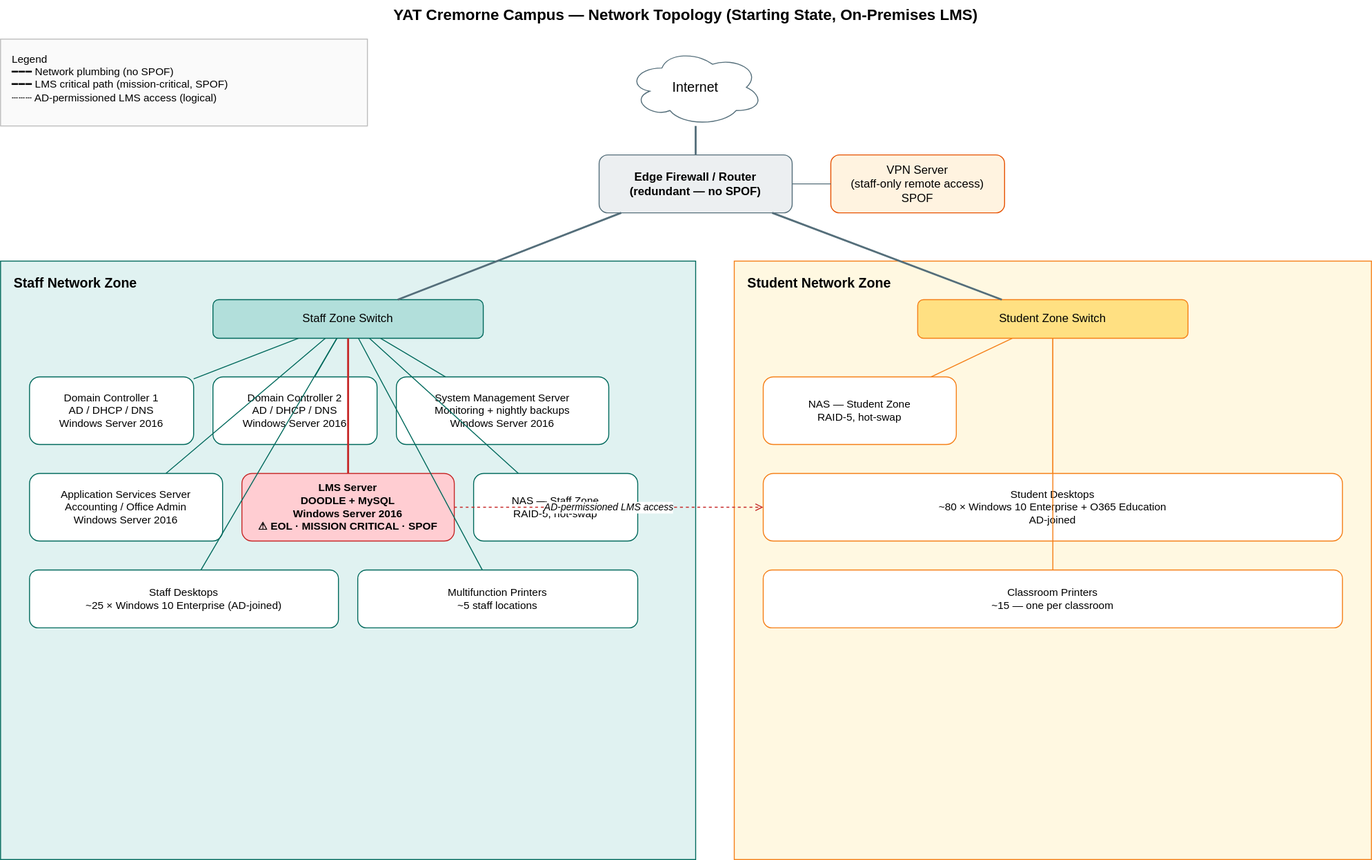
The draw.io diagram public/diagrams/network-starting-on-prem.drawio.svg in Digital-Initiatives-Kangan-Institute/diploma-cloud-cyber-website, before a commit. Source tidied: cells renumbered, new cells last; positions are measured from the earlier drawing's top-left corner, leaving out a move shared by most shapes.
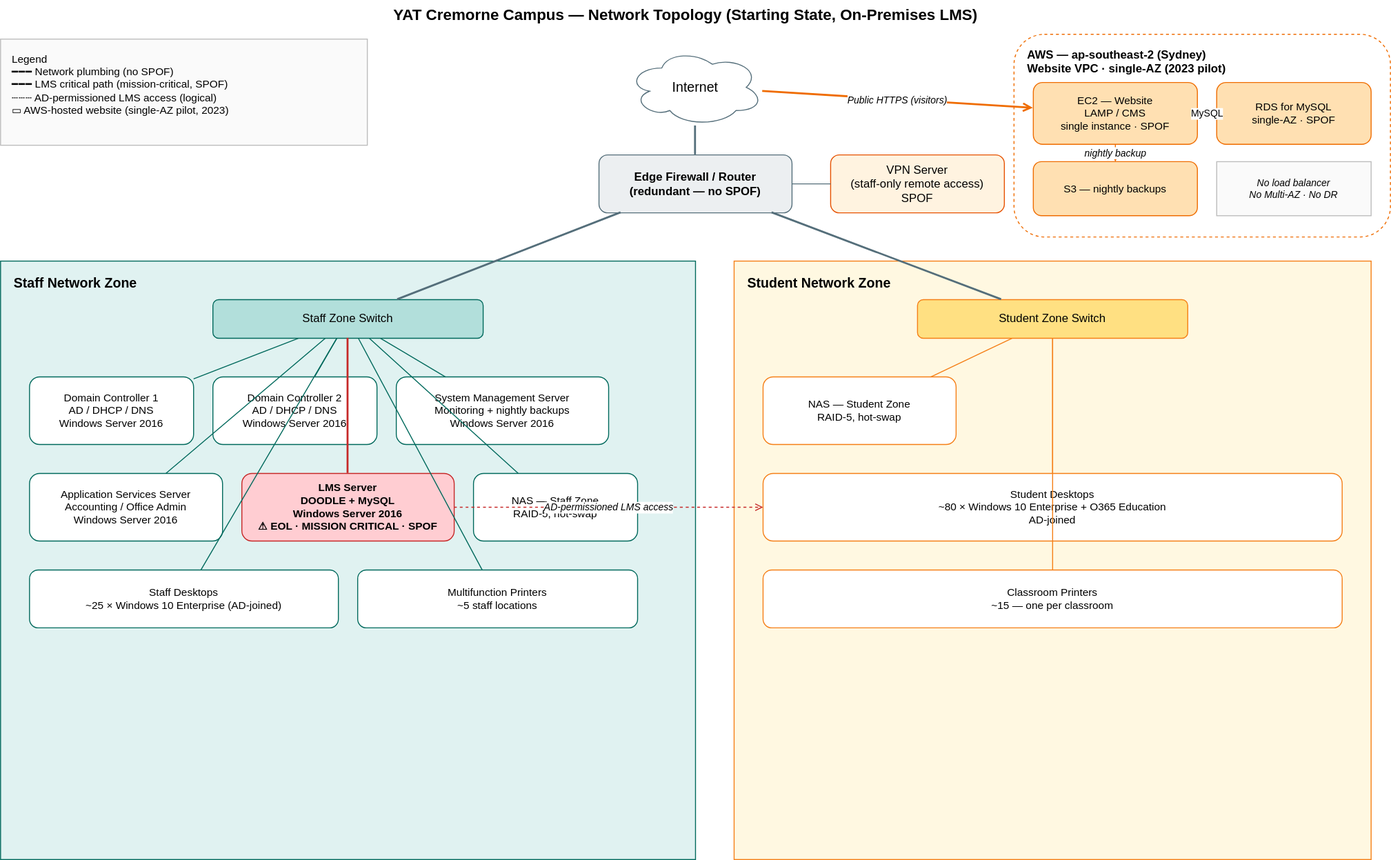
The same diagram one commit later.

Diff of the diagram source:
```diff
@@ -107,8 +107,32 @@
     <mxCell id="36" value="AD-permissioned LMS access" style="endArrow=open;html=1;rounded=0;dashed=1;strokeColor=#C62828;fontSize=10;fontStyle=2;curved=1;" parent="1" edge="1" source="15" target="31">
       <mxGeometry relative="1" as="geometry" />
     </mxCell>
-    <mxCell id="37" value="Legend&#10;━━━ Network plumbing (no SPOF)&#10;━━━ LMS critical path (mission-critical, SPOF)&#10;┄┄┄ AD-permissioned LMS access (logical)" style="rounded=0;whiteSpace=wrap;html=1;fillColor=#FAFAFA;strokeColor=#BDBDBD;fontSize=11;align=left;verticalAlign=top;spacingLeft=10;spacingTop=8;" parent="1" vertex="1">
-      <mxGeometry y="40" width="380" height="90" as="geometry" />
-    </mxCell>
+    <mxCell id="38" value="Legend&#10;━━━ Network plumbing (no SPOF)&#10;━━━ LMS critical path (mission-critical, SPOF)&#10;┄┄┄ AD-permissioned LMS access (logical)&#10;▭ AWS-hosted website (single-AZ pilot, 2023)" style="rounded=0;whiteSpace=wrap;html=1;fillColor=#FAFAFA;strokeColor=#BDBDBD;fontSize=11;align=left;verticalAlign=top;spacingLeft=10;spacingTop=8;" parent="1" vertex="1">
+      <mxGeometry y="40" width="380" height="110" as="geometry" />
+    </mxCell>
+    <mxCell id="39" value="AWS — ap-southeast-2 (Sydney)&#10;Website VPC · single-AZ (2023 pilot)" style="rounded=1;whiteSpace=wrap;html=1;fillColor=#FFFFFF;strokeColor=#EF6C00;dashed=1;fontSize=12;fontStyle=1;verticalAlign=top;align=left;spacingLeft=12;spacingTop=8;" parent="1" vertex="1">
+      <mxGeometry x="1050" y="35" width="390" height="210" as="geometry" />
+    </mxCell>
+    <mxCell id="40" value="EC2 — Website&#10;LAMP / CMS&#10;single instance · SPOF" style="rounded=1;whiteSpace=wrap;html=1;fillColor=#FFE0B2;strokeColor=#EF6C00;fontSize=11;" parent="1" vertex="1">
+      <mxGeometry x="1070" y="85" width="170" height="64" as="geometry" />
+    </mxCell>
+    <mxCell id="41" value="RDS for MySQL&#10;single-AZ · SPOF" style="rounded=1;whiteSpace=wrap;html=1;fillColor=#FFE0B2;strokeColor=#EF6C00;fontSize=11;" parent="1" vertex="1">
+      <mxGeometry x="1260" y="85" width="160" height="64" as="geometry" />
+    </mxCell>
+    <mxCell id="42" value="S3 — nightly backups" style="rounded=1;whiteSpace=wrap;html=1;fillColor=#FFE0B2;strokeColor=#EF6C00;fontSize=11;" parent="1" vertex="1">
+      <mxGeometry x="1070" y="167" width="170" height="56" as="geometry" />
+    </mxCell>
+    <mxCell id="43" value="No load balancer&#10;No Multi-AZ · No DR" style="rounded=0;whiteSpace=wrap;html=1;fillColor=#FAFAFA;strokeColor=#BDBDBD;fontSize=10;fontStyle=2;" parent="1" vertex="1">
+      <mxGeometry x="1260" y="167" width="160" height="56" as="geometry" />
+    </mxCell>
+    <mxCell id="44" value="Public HTTPS (visitors)" style="endArrow=open;html=1;rounded=0;strokeColor=#EF6C00;strokeWidth=2;fontSize=10;fontStyle=2;" parent="1" edge="1" source="3" target="40">
+      <mxGeometry relative="1" as="geometry" />
+    </mxCell>
+    <mxCell id="45" value="MySQL" style="endArrow=none;html=1;rounded=0;strokeColor=#EF6C00;fontSize=10;" parent="1" edge="1" source="40" target="41">
+      <mxGeometry relative="1" as="geometry" />
+    </mxCell>
+    <mxCell id="46" value="nightly backup" style="endArrow=open;html=1;rounded=0;dashed=1;strokeColor=#EF6C00;fontSize=10;fontStyle=2;" parent="1" edge="1" source="40" target="42">
+      <mxGeometry relative="1" as="geometry" />
+    </mxCell>
   </root>
 </mxGraphModel>
```
